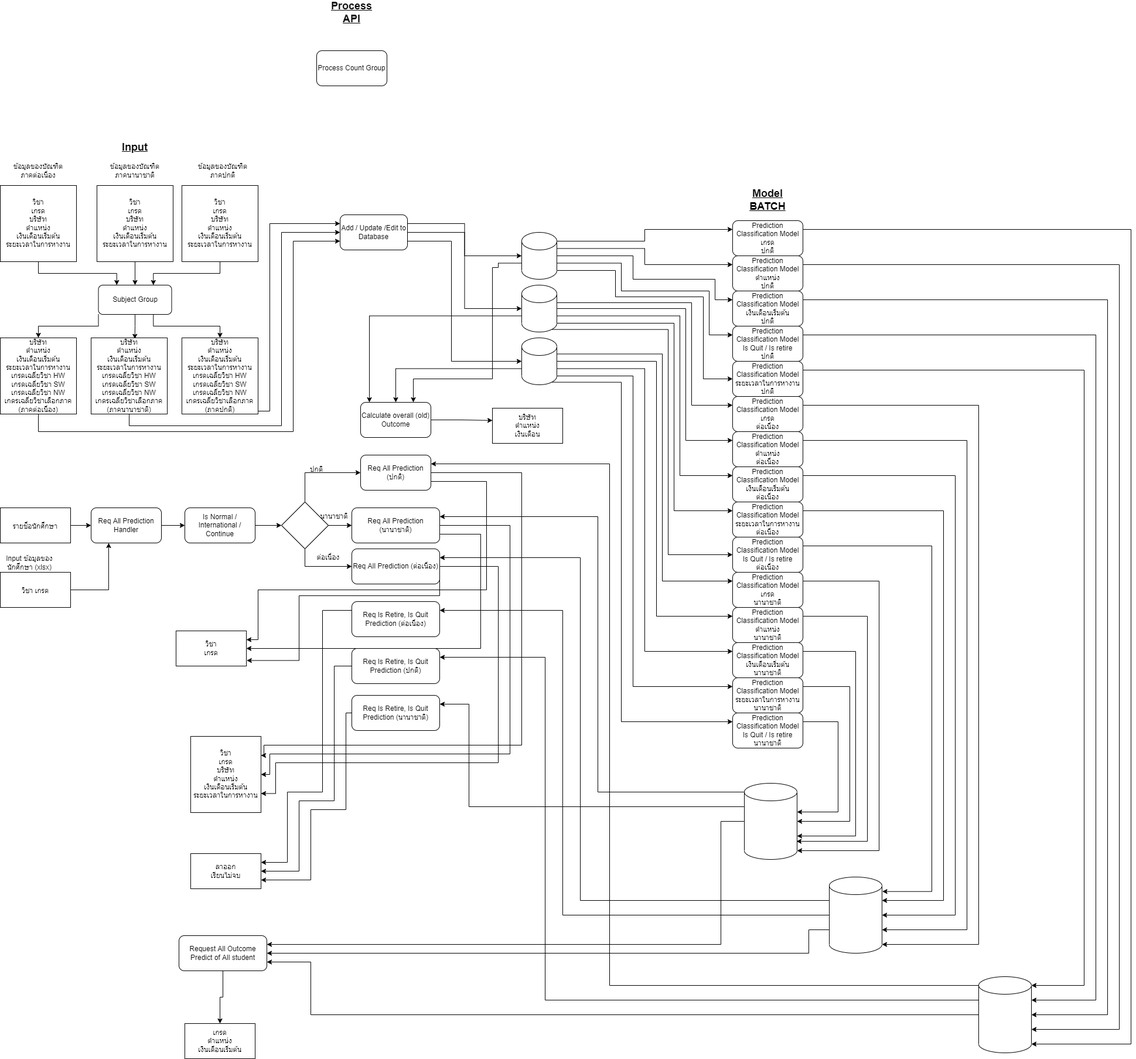
nontapanr/CEPP64-08 keeps this draw.io diagram as Design Architecture/New DFD.drawio.png. Above is the earlier version. Source tidied: cells renumbered, new cells last; positions are measured from the earlier drawing's top-left corner, leaving out a move shared by most shapes.
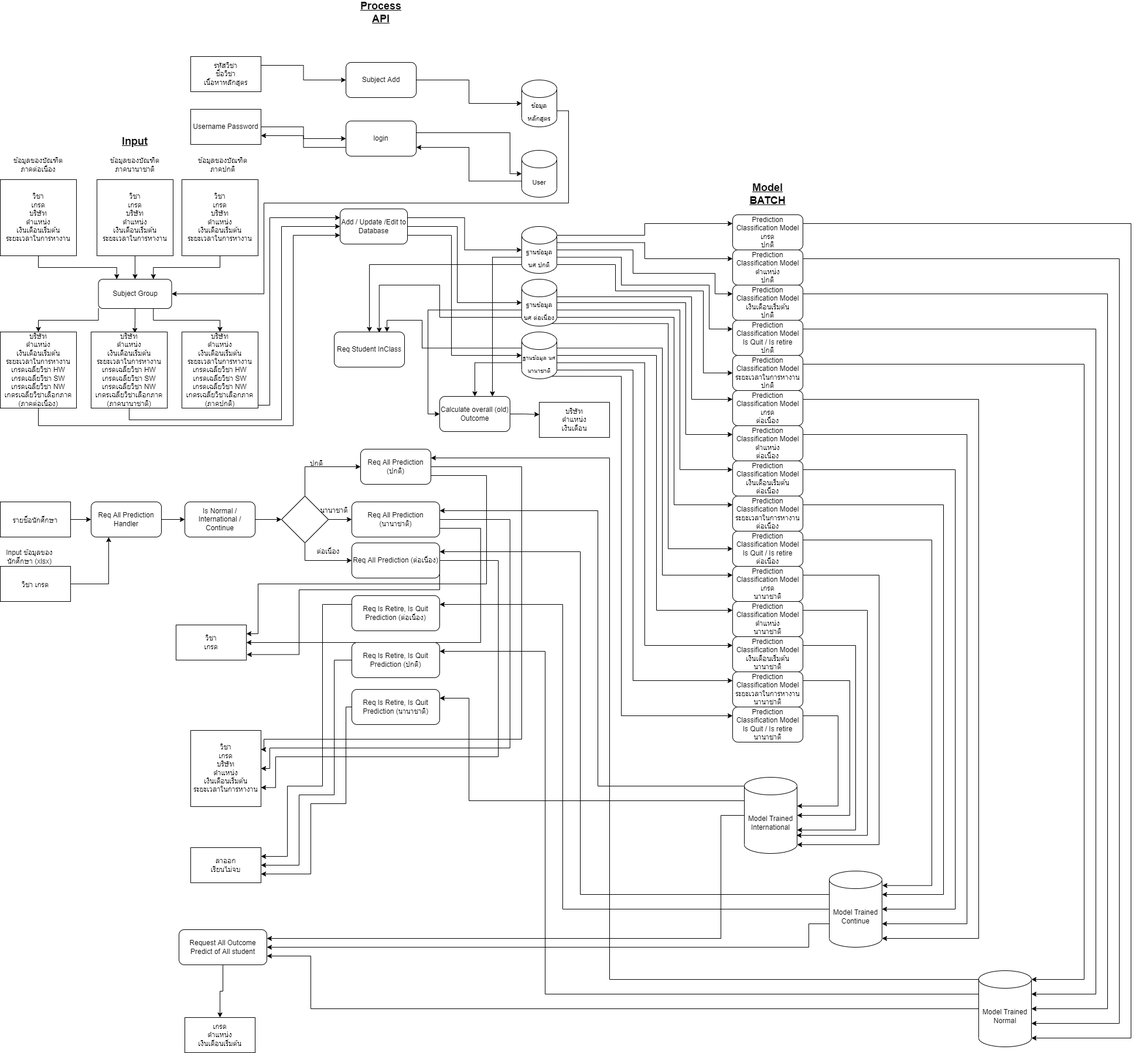
The same file after the commit.

Change to the diagram source:
```diff
@@ -29,20 +29,22 @@
     <mxCell id="10" value="ข้อมูลของบัณฑิต ภาคนานาชาติ" style="text;html=1;strokeColor=none;fillColor=none;align=center;verticalAlign=middle;whiteSpace=wrap;rounded=0;" parent="1" vertex="1">
       <mxGeometry x="175" y="270" width="110" height="30" as="geometry" />
     </mxCell>
-    <mxCell id="11" value="Process Count Group" style="rounded=1;whiteSpace=wrap;html=1;" parent="1" vertex="1">
-      <mxGeometry x="540" y="80" width="120" height="60" as="geometry" />
-    </mxCell>
     <mxCell id="12" style="edgeStyle=orthogonalEdgeStyle;rounded=0;jettySize=auto;html=1;exitX=1;exitY=0.5;exitDx=0;exitDy=0;entryX=0.001;entryY=0.349;entryDx=0;entryDy=0;entryPerimeter=0;fontSize=12;" parent="1" edge="1" source="13" target="127">
       <mxGeometry relative="1" as="geometry" />
     </mxCell>
     <mxCell id="13" value="Calculate overall (old)&lt;br&gt;Outcome" style="rounded=1;whiteSpace=wrap;html=1;" parent="1" vertex="1">
-      <mxGeometry x="615" y="680" width="120" height="60" as="geometry" />
+      <mxGeometry x="750" y="680" width="120" height="60" as="geometry" />
     </mxCell>
     <mxCell id="14" style="edgeStyle=orthogonalEdgeStyle;rounded=0;jettySize=auto;html=1;exitX=1;exitY=0.25;exitDx=0;exitDy=0;entryX=0;entryY=0.5;entryDx=0;entryDy=0;entryPerimeter=0;fontSize=12;" parent="1" edge="1" source="17" target="29">
       <mxGeometry relative="1" as="geometry" />
     </mxCell>
     <mxCell id="15" style="edgeStyle=orthogonalEdgeStyle;rounded=0;jettySize=auto;html=1;exitX=1;exitY=0.5;exitDx=0;exitDy=0;entryX=0;entryY=0.5;entryDx=0;entryDy=0;entryPerimeter=0;fontSize=12;" parent="1" edge="1" source="17" target="38">
-      <mxGeometry relative="1" as="geometry" />
+      <mxGeometry relative="1" as="geometry">
+        <Array as="points">
+          <mxPoint x="780" y="390" />
+          <mxPoint x="780" y="520" />
+        </Array>
+      </mxGeometry>
     </mxCell>
     <mxCell id="16" style="edgeStyle=orthogonalEdgeStyle;rounded=0;jettySize=auto;html=1;exitX=1;exitY=0.75;exitDx=0;exitDy=0;entryX=0;entryY=0.5;entryDx=0;entryDy=0;entryPerimeter=0;fontSize=12;" parent="1" edge="1" source="17" target="45">
       <mxGeometry relative="1" as="geometry">
@@ -70,7 +72,7 @@
       <mxGeometry x="200" y="230" width="60" height="30" as="geometry" />
     </mxCell>
     <mxCell id="21" value="&lt;font style=&quot;font-size: 18px&quot;&gt;&lt;u&gt;&lt;b&gt;Process API&lt;/b&gt;&lt;/u&gt;&lt;/font&gt;" style="text;html=1;strokeColor=none;fillColor=none;align=center;verticalAlign=middle;whiteSpace=wrap;rounded=0;" parent="1" vertex="1">
-      <mxGeometry x="570" width="60" height="30" as="geometry" />
+      <mxGeometry x="620" y="10" width="60" height="30" as="geometry" />
     </mxCell>
     <mxCell id="22" value="&lt;span style=&quot;font-size: 18px&quot;&gt;&lt;b&gt;&lt;u&gt;Model BATCH&lt;/u&gt;&lt;/b&gt;&lt;/span&gt;" style="text;html=1;strokeColor=none;fillColor=none;align=center;verticalAlign=middle;whiteSpace=wrap;rounded=0;" parent="1" vertex="1">
       <mxGeometry x="1280" y="320" width="60" height="30" as="geometry" />
@@ -78,11 +80,7 @@
     <mxCell id="23" style="edgeStyle=orthogonalEdgeStyle;rounded=0;jettySize=auto;html=1;exitX=0;exitY=0;exitDx=0;exitDy=52.5;exitPerimeter=0;entryX=0.75;entryY=0;entryDx=0;entryDy=0;fontSize=12;" parent="1" edge="1" source="29" target="13">
       <mxGeometry relative="1" as="geometry">
         <Array as="points">
-          <mxPoint x="850" y="443" />
-          <mxPoint x="850" y="450" />
-          <mxPoint x="840" y="450" />
-          <mxPoint x="840" y="640" />
-          <mxPoint x="705" y="640" />
+          <mxPoint x="840" y="443" />
         </Array>
       </mxGeometry>
     </mxCell>
@@ -122,7 +120,10 @@
         </Array>
       </mxGeometry>
     </mxCell>
+    <mxCell id="132" style="edgeStyle=orthogonalEdgeStyle;rounded=0;jettySize=auto;html=1;exitX=0;exitY=1;exitDx=0;exitDy=-15;exitPerimeter=0;entryX=0.5;entryY=0;entryDx=0;entryDy=0;fontSize=12;" parent="1" edge="1" source="29" target="142">
+      <mxGeometry relative="1" as="geometry" />
+    </mxCell>
-    <mxCell id="29" style="shape=cylinder3;whiteSpace=wrap;html=1;boundedLbl=1;backgroundOutline=1;size=15;rounded=0;fontSize=18;" parent="1" vertex="1">
+    <mxCell id="29" value="&lt;span style=&quot;font-size: 11px&quot;&gt;ฐานข้อมูล นศ ปกติ&lt;/span&gt;" style="shape=cylinder3;whiteSpace=wrap;html=1;boundedLbl=1;backgroundOutline=1;size=15;rounded=0;fontSize=18;" parent="1" vertex="1">
       <mxGeometry x="890" y="390" width="60" height="80" as="geometry" />
     </mxCell>
     <mxCell id="30" style="edgeStyle=orthogonalEdgeStyle;rounded=0;jettySize=auto;html=1;exitX=1;exitY=0.5;exitDx=0;exitDy=0;entryX=0;entryY=0.5;entryDx=0;entryDy=0;fontSize=12;" parent="1" edge="1" source="31" target="75">
@@ -134,7 +135,8 @@
     <mxCell id="32" style="edgeStyle=orthogonalEdgeStyle;rounded=0;jettySize=auto;html=1;exitX=0;exitY=0;exitDx=0;exitDy=52.5;exitPerimeter=0;fontSize=12;" parent="1" edge="1" source="38" target="13">
       <mxGeometry relative="1" as="geometry">
         <Array as="points">
-          <mxPoint x="630" y="533" />
+          <mxPoint x="730" y="533" />
+          <mxPoint x="730" y="710" />
         </Array>
       </mxGeometry>
     </mxCell>
@@ -179,7 +181,16 @@
         </Array>
       </mxGeometry>
     </mxCell>
+    <mxCell id="133" style="edgeStyle=orthogonalEdgeStyle;rounded=0;jettySize=auto;html=1;exitX=0;exitY=1;exitDx=0;exitDy=-15;exitPerimeter=0;entryX=0.64;entryY=0.023;entryDx=0;entryDy=0;entryPerimeter=0;fontSize=12;" parent="1" edge="1" source="38" target="142">
+      <mxGeometry relative="1" as="geometry">
+        <Array as="points">
+          <mxPoint x="750" y="545" />
+          <mxPoint x="750" y="490" />
+          <mxPoint x="647" y="490" />
+        </Array>
+      </mxGeometry>
+    </mxCell>
-    <mxCell id="38" style="shape=cylinder3;whiteSpace=wrap;html=1;boundedLbl=1;backgroundOutline=1;size=15;rounded=0;fontSize=18;" parent="1" vertex="1">
+    <mxCell id="38" value="&lt;span style=&quot;font-size: 11px&quot;&gt;ฐานข้อมูล นศ ต่อเนื่อง&lt;/span&gt;" style="shape=cylinder3;whiteSpace=wrap;html=1;boundedLbl=1;backgroundOutline=1;size=15;rounded=0;fontSize=18;" parent="1" vertex="1">
       <mxGeometry x="890" y="480" width="60" height="80" as="geometry" />
     </mxCell>
     <mxCell id="39" style="edgeStyle=orthogonalEdgeStyle;rounded=0;jettySize=auto;html=1;exitX=0;exitY=0;exitDx=0;exitDy=52.5;exitPerimeter=0;entryX=0.5;entryY=0;entryDx=0;entryDy=0;fontSize=12;" parent="1" edge="1" source="45" target="13">
@@ -220,7 +231,16 @@
         </Array>
       </mxGeometry>
     </mxCell>
+    <mxCell id="134" style="edgeStyle=orthogonalEdgeStyle;rounded=0;jettySize=auto;html=1;exitX=0;exitY=0;exitDx=0;exitDy=27.5;exitPerimeter=0;entryX=0.75;entryY=0;entryDx=0;entryDy=0;fontSize=12;" parent="1" edge="1" source="45" target="142">
+      <mxGeometry relative="1" as="geometry">
+        <Array as="points">
+          <mxPoint x="720" y="598" />
+          <mxPoint x="720" y="550" />
+          <mxPoint x="660" y="550" />
+        </Array>
+      </mxGeometry>
+    </mxCell>
-    <mxCell id="45" style="shape=cylinder3;whiteSpace=wrap;html=1;boundedLbl=1;backgroundOutline=1;size=15;rounded=0;fontSize=18;" parent="1" vertex="1">
+    <mxCell id="45" value="&lt;font style=&quot;font-size: 10px&quot;&gt;ฐานข้อมูล นศ นานาชาติ&lt;/font&gt;" style="shape=cylinder3;whiteSpace=wrap;html=1;boundedLbl=1;backgroundOutline=1;size=15;rounded=0;fontSize=18;" parent="1" vertex="1">
       <mxGeometry x="890" y="570" width="60" height="80" as="geometry" />
     </mxCell>
     <mxCell id="46" style="edgeStyle=orthogonalEdgeStyle;rounded=0;jettySize=auto;html=1;exitX=1;exitY=0.5;exitDx=0;exitDy=0;entryX=0;entryY=0.5;entryDx=0;entryDy=0;fontSize=12;" parent="1" edge="1" source="47" target="79">
@@ -595,7 +615,7 @@
         </Array>
       </mxGeometry>
     </mxCell>
-    <mxCell id="116" style="shape=cylinder3;whiteSpace=wrap;html=1;boundedLbl=1;backgroundOutline=1;size=15;rounded=0;fontSize=12;" parent="1" vertex="1">
+    <mxCell id="116" value="&lt;span&gt;Model Trained Normal&lt;/span&gt;" style="shape=cylinder3;whiteSpace=wrap;html=1;boundedLbl=1;backgroundOutline=1;size=15;rounded=0;fontSize=12;" parent="1" vertex="1">
       <mxGeometry x="1670" y="1660" width="90" height="130" as="geometry" />
     </mxCell>
     <mxCell id="117" style="edgeStyle=orthogonalEdgeStyle;rounded=0;jettySize=auto;html=1;exitX=0;exitY=0;exitDx=0;exitDy=40;exitPerimeter=0;entryX=1;entryY=0.25;entryDx=0;entryDy=0;fontSize=12;" parent="1" edge="1" source="120" target="56">
@@ -622,7 +642,7 @@
         </Array>
       </mxGeometry>
     </mxCell>
-    <mxCell id="120" style="shape=cylinder3;whiteSpace=wrap;html=1;boundedLbl=1;backgroundOutline=1;size=15;rounded=0;fontSize=12;" parent="1" vertex="1">
+    <mxCell id="120" value="&lt;span&gt;Model Trained Continue&lt;/span&gt;" style="shape=cylinder3;whiteSpace=wrap;html=1;boundedLbl=1;backgroundOutline=1;size=15;rounded=0;fontSize=12;" parent="1" vertex="1">
       <mxGeometry x="1415" y="1490" width="90" height="130" as="geometry" />
     </mxCell>
     <mxCell id="121" style="edgeStyle=orthogonalEdgeStyle;rounded=0;jettySize=auto;html=1;exitX=0;exitY=0;exitDx=0;exitDy=15;exitPerimeter=0;entryX=1;entryY=0.25;entryDx=0;entryDy=0;fontSize=12;" parent="1" edge="1" source="124" target="59">
@@ -649,7 +669,7 @@
         </Array>
       </mxGeometry>
     </mxCell>
-    <mxCell id="124" style="shape=cylinder3;whiteSpace=wrap;html=1;boundedLbl=1;backgroundOutline=1;size=15;rounded=0;fontSize=12;" parent="1" vertex="1">
+    <mxCell id="124" value="&lt;font style=&quot;font-size: 12px&quot;&gt;Model Trained International&lt;/font&gt;" style="shape=cylinder3;whiteSpace=wrap;html=1;boundedLbl=1;backgroundOutline=1;size=15;rounded=0;fontSize=12;" parent="1" vertex="1">
       <mxGeometry x="1270" y="1330" width="90" height="130" as="geometry" />
     </mxCell>
     <mxCell id="125" value="วิชา&lt;br&gt;เกรด&lt;br&gt;บริษัท&lt;br&gt;ตำแหน่ง&lt;br&gt;เงินเดือนเริ่มต้น&lt;br&gt;ระยะเวลาในการหางาน" style="rounded=0;whiteSpace=wrap;html=1;fontSize=12;" parent="1" vertex="1">
@@ -659,7 +679,7 @@
       <mxGeometry x="325" y="1450" width="120" height="60" as="geometry" />
     </mxCell>
     <mxCell id="127" value="บริษัท&lt;br&gt;ตำแหน่ง&lt;br&gt;เงินเดือน" style="rounded=0;whiteSpace=wrap;html=1;fontSize=12;" parent="1" vertex="1">
-      <mxGeometry x="840" y="690" width="120" height="60" as="geometry" />
+      <mxGeometry x="920" y="690" width="120" height="60" as="geometry" />
     </mxCell>
     <mxCell id="128" value="วิชา&lt;br&gt;เกรด" style="rounded=0;whiteSpace=wrap;html=1;fontSize=12;" parent="1" vertex="1">
       <mxGeometry x="300" y="1070" width="120" height="60" as="geometry" />
@@ -673,5 +693,59 @@
     <mxCell id="131" value="เกรด&lt;br&gt;ตำแหน่ง&lt;br&gt;เงินเดือนเริ่มต้น" style="rounded=0;whiteSpace=wrap;html=1;fontSize=12;" parent="1" vertex="1">
       <mxGeometry x="315" y="1740" width="120" height="60" as="geometry" />
     </mxCell>
+    <mxCell id="135" style="edgeStyle=orthogonalEdgeStyle;rounded=0;jettySize=auto;html=1;exitX=0;exitY=0;exitDx=0;exitDy=52.5;exitPerimeter=0;entryX=1;entryY=0.75;entryDx=0;entryDy=0;fontSize=12;" parent="1" edge="1" source="136" target="141">
+      <mxGeometry relative="1" as="geometry" />
+    </mxCell>
+    <mxCell id="136" value="&lt;span style=&quot;font-size: 11px&quot;&gt;User&lt;/span&gt;" style="shape=cylinder3;whiteSpace=wrap;html=1;boundedLbl=1;backgroundOutline=1;size=15;rounded=0;fontSize=18;" parent="1" vertex="1">
+      <mxGeometry x="890" y="260" width="60" height="80" as="geometry" />
+    </mxCell>
+    <mxCell id="137" style="edgeStyle=orthogonalEdgeStyle;rounded=0;jettySize=auto;html=1;exitX=1;exitY=0.5;exitDx=0;exitDy=0;entryX=0;entryY=0.5;entryDx=0;entryDy=0;fontSize=12;" parent="1" edge="1" source="138" target="141">
+      <mxGeometry relative="1" as="geometry" />
+    </mxCell>
+    <mxCell id="138" value="Username Password" style="rounded=0;whiteSpace=wrap;html=1;" parent="1" vertex="1">
+      <mxGeometry x="325" y="190" width="120" height="60" as="geometry" />
+    </mxCell>
+    <mxCell id="139" style="edgeStyle=orthogonalEdgeStyle;rounded=0;jettySize=auto;html=1;exitX=1;exitY=0.5;exitDx=0;exitDy=0;entryX=0;entryY=0.5;entryDx=0;entryDy=0;entryPerimeter=0;fontSize=12;" parent="1" edge="1" source="141" target="136">
+      <mxGeometry relative="1" as="geometry">
+        <Array as="points">
+          <mxPoint x="870" y="230" />
+          <mxPoint x="870" y="300" />
+        </Array>
+      </mxGeometry>
+    </mxCell>
+    <mxCell id="140" style="edgeStyle=orthogonalEdgeStyle;rounded=0;jettySize=auto;html=1;exitX=0;exitY=0.75;exitDx=0;exitDy=0;entryX=1;entryY=0.75;entryDx=0;entryDy=0;fontSize=12;" parent="1" edge="1" source="141" target="138">
+      <mxGeometry relative="1" as="geometry" />
+    </mxCell>
+    <mxCell id="141" value="login" style="rounded=1;whiteSpace=wrap;html=1;" parent="1" vertex="1">
+      <mxGeometry x="590" y="210" width="120" height="60" as="geometry" />
+    </mxCell>
+    <mxCell id="142" value="Req Student InClass" style="rounded=1;whiteSpace=wrap;html=1;" parent="1" vertex="1">
+      <mxGeometry x="570" y="570" width="120" height="60" as="geometry" />
+    </mxCell>
+    <mxCell id="143" style="edgeStyle=orthogonalEdgeStyle;rounded=0;jettySize=auto;html=1;exitX=1;exitY=0;exitDx=0;exitDy=52.5;exitPerimeter=0;entryX=1;entryY=0.5;entryDx=0;entryDy=0;fontSize=12;" parent="1" edge="1" source="144" target="67">
+      <mxGeometry relative="1" as="geometry">
+        <Array as="points">
+          <mxPoint x="970" y="193" />
+          <mxPoint x="970" y="350" />
+          <mxPoint x="450" y="350" />
+          <mxPoint x="450" y="505" />
+        </Array>
+      </mxGeometry>
+    </mxCell>
+    <mxCell id="144" value="&lt;span style=&quot;font-size: 11px&quot;&gt;ข้อมูลหลักสูตร&lt;/span&gt;" style="shape=cylinder3;whiteSpace=wrap;html=1;boundedLbl=1;backgroundOutline=1;size=15;rounded=0;fontSize=18;" parent="1" vertex="1">
+      <mxGeometry x="890" y="140" width="60" height="80" as="geometry" />
+    </mxCell>
+    <mxCell id="145" style="edgeStyle=orthogonalEdgeStyle;rounded=0;jettySize=auto;html=1;exitX=1;exitY=0.5;exitDx=0;exitDy=0;entryX=0;entryY=0.5;entryDx=0;entryDy=0;entryPerimeter=0;fontSize=12;" parent="1" edge="1" source="146" target="144">
+      <mxGeometry relative="1" as="geometry" />
+    </mxCell>
+    <mxCell id="146" value="Subject Add" style="rounded=1;whiteSpace=wrap;html=1;" parent="1" vertex="1">
+      <mxGeometry x="590" y="110" width="120" height="60" as="geometry" />
+    </mxCell>
+    <mxCell id="147" style="edgeStyle=orthogonalEdgeStyle;rounded=0;jettySize=auto;html=1;exitX=1;exitY=0.25;exitDx=0;exitDy=0;entryX=0;entryY=0.5;entryDx=0;entryDy=0;fontSize=12;" parent="1" edge="1" source="148" target="146">
+      <mxGeometry relative="1" as="geometry" />
+    </mxCell>
+    <mxCell id="148" value="รหัสวิชา&lt;br&gt;ชื่อวิชา&lt;br&gt;เนื้อหาหลักสูตร" style="rounded=0;whiteSpace=wrap;html=1;" parent="1" vertex="1">
+      <mxGeometry x="325" y="100" width="120" height="60" as="geometry" />
+    </mxCell>
   </root>
 </mxGraphModel>
```
